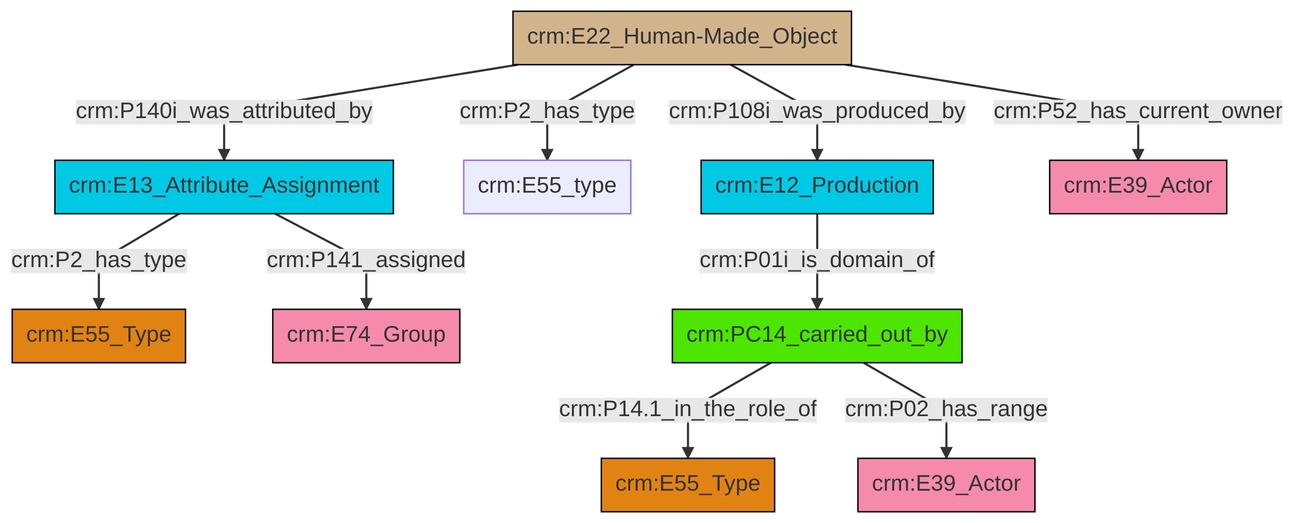
This is et/builtWorkCSV/ttl/mmd/png/Built_Work_actor_relations.png from swiss-art-research-net/reference-data-models, a Mermaid export, as it was before one commit. Its source is kept beside it as et/builtWorkCSV/ttl/mmd/Built_Work_actor_relations.ttl.mmd.
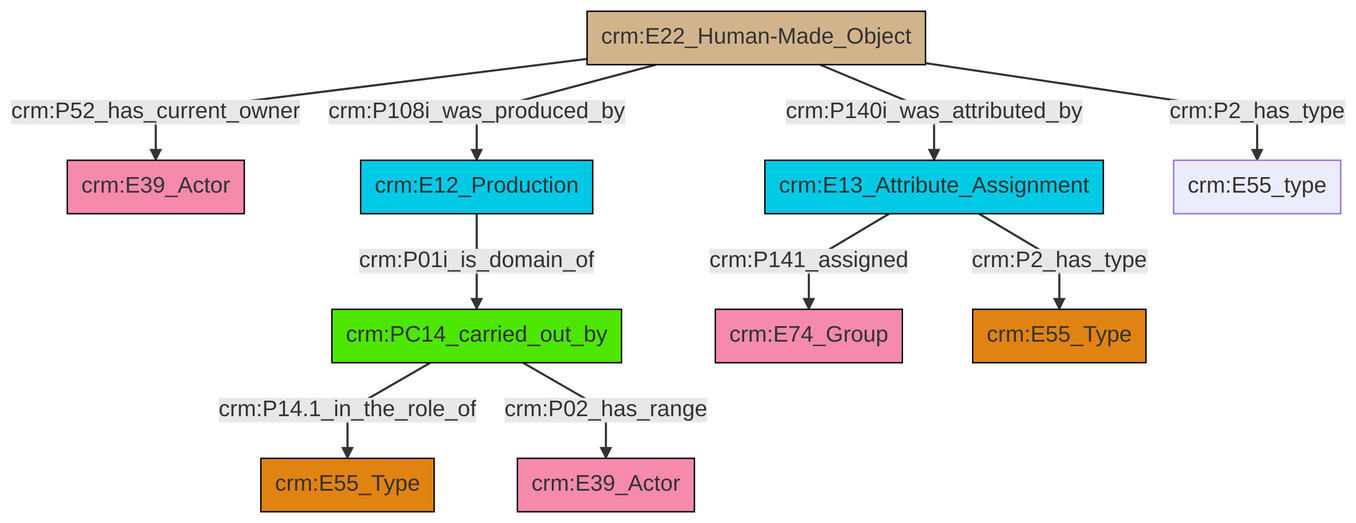
Later version of the same file.

What changed in the source:
```diff
@@ -13,12 +13,12 @@
 classDef PC_Classes fill:#4ce600, stroke:#000000;
 classDef Multi fill:#cccccc,stroke:#000000;
 
-0["crm:E22_Human-Made_Object"]:::Physical_Thing -->|crm:P140i_was_attributed_by| 1["crm:E13_Attribute_Assignment"]:::Temporal_Entity
-1["crm:E13_Attribute_Assignment"]:::Temporal_Entity -->|crm:P2_has_type| 2["crm:E55_Type"]:::Type
-3["crm:PC14_carried_out_by"]:::PC_Classes -->|crm:P14.1_in_the_role_of| 5["crm:E55_Type"]:::Type
-3["crm:PC14_carried_out_by"]:::PC_Classes -->|crm:P02_has_range| 6["crm:E39_Actor"]:::Actor
-0["crm:E22_Human-Made_Object"]:::Physical_Thing -->|crm:P2_has_type| 8["crm:E55_type"]:::Default
-9["crm:E12_Production"]:::Temporal_Entity -->|crm:P01i_is_domain_of| 3["crm:PC14_carried_out_by"]:::PC_Classes
-0["crm:E22_Human-Made_Object"]:::Physical_Thing -->|crm:P108i_was_produced_by| 9["crm:E12_Production"]:::Temporal_Entity
-0["crm:E22_Human-Made_Object"]:::Physical_Thing -->|crm:P52_has_current_owner| 10["crm:E39_Actor"]:::Actor
-1["crm:E13_Attribute_Assignment"]:::Temporal_Entity -->|crm:P141_assigned| 13["crm:E74_Group"]:::Actor
+0["crm:E22_Human-Made_Object"]:::Physical_Thing -->|crm:P52_has_current_owner| 1["crm:E39_Actor"]:::Actor
+3["crm:E13_Attribute_Assignment"]:::Temporal_Entity -->|crm:P141_assigned| 4["crm:E74_Group"]:::Actor
+5["crm:PC14_carried_out_by"]:::PC_Classes -->|crm:P14.1_in_the_role_of| 6["crm:E55_Type"]:::Type
+0["crm:E22_Human-Made_Object"]:::Physical_Thing -->|crm:P108i_was_produced_by| 8["crm:E12_Production"]:::Temporal_Entity
+0["crm:E22_Human-Made_Object"]:::Physical_Thing -->|crm:P140i_was_attributed_by| 3["crm:E13_Attribute_Assignment"]:::Temporal_Entity
+5["crm:PC14_carried_out_by"]:::PC_Classes -->|crm:P02_has_range| 10["crm:E39_Actor"]:::Actor
+3["crm:E13_Attribute_Assignment"]:::Temporal_Entity -->|crm:P2_has_type| 13["crm:E55_Type"]:::Type
+0["crm:E22_Human-Made_Object"]:::Physical_Thing -->|crm:P2_has_type| 14["crm:E55_type"]:::Default
+8["crm:E12_Production"]:::Temporal_Entity -->|crm:P01i_is_domain_of| 5["crm:PC14_carried_out_by"]:::PC_Classes
```
